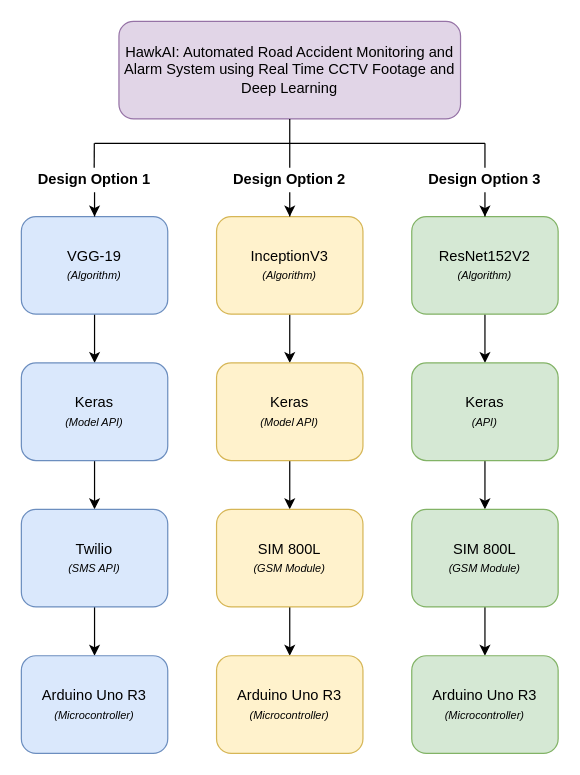
This is DrawIO/design ladder.drawio from russellcaragay/PD-Files, a draw.io file, before an edit. Source tidied: cells renumbered, new cells numbered last; positions are measured from the earlier drawing's top-left corner, leaving out a move shared by most shapes. Both pictures are drawn from the tidied source at 122%, with x=0, y=0 at pixel (21, 21).
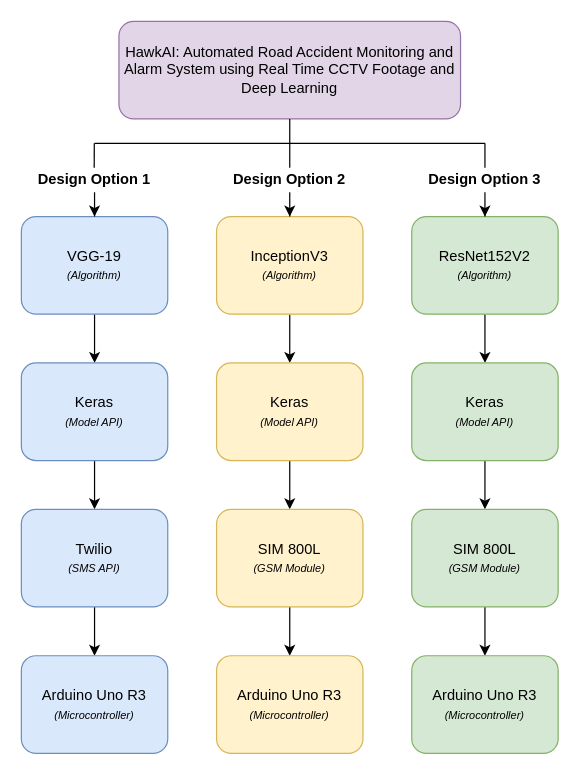
The same page after the edit.

What changed in the source:
```diff
@@
-    <mxCell id="18" value="Keras&lt;br&gt;&lt;i&gt;&lt;font style=&quot;font-size: 9px&quot;&gt;(API)&lt;/font&gt;&lt;/i&gt;" style="rounded=1;whiteSpace=wrap;html=1;fillColor=#d5e8d4;strokeColor=#82b366;" parent="1" vertex="1">
+    <mxCell id="18" value="Keras&lt;br&gt;&lt;i&gt;&lt;font style=&quot;font-size: 9px&quot;&gt;(Model API)&lt;/font&gt;&lt;/i&gt;" style="rounded=1;whiteSpace=wrap;html=1;fillColor=#d5e8d4;strokeColor=#82b366;" parent="1" vertex="1">
       <mxGeometry x="320" y="280" width="120" height="80" as="geometry" />
     </mxCell>
```
